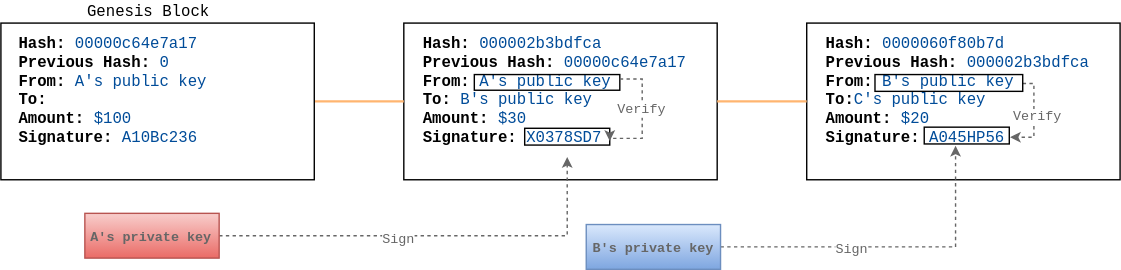
This is images/blockchain-concept/blockchain-security.svg from indrabasak/indrabasak.github.io, a draw.io export, as it was before one commit. Source tidied: cells renumbered, new cells last; positions are measured from the earlier drawing's top-left corner, leaving out a move shared by most shapes.
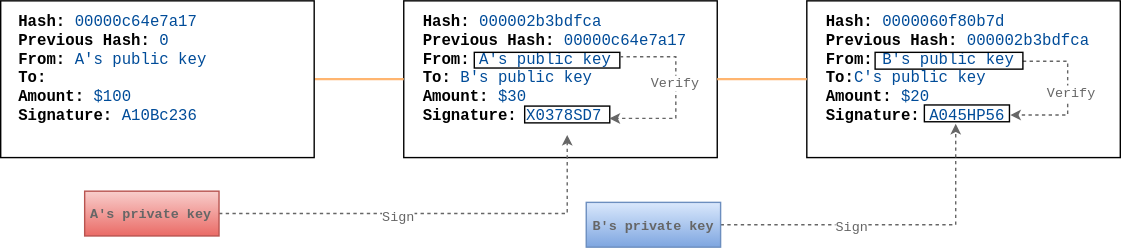
After the change.

Commit message:
Fix erratas - blockchain concept post.

Change to the diagram source:
```diff
@@ -35,9 +35,6 @@
     <mxCell id="12" value="&lt;div style=&quot;text-align: left ; font-size: 14px&quot;&gt;&lt;font color=&quot;#000000&quot; style=&quot;font-size: 14px&quot;&gt;&lt;b&gt;Hash:&lt;/b&gt;&amp;nbsp;&lt;/font&gt;&lt;font color=&quot;#004c99&quot;&gt;00000c64e7a17&lt;/font&gt;&lt;/div&gt;&lt;div style=&quot;text-align: left ; font-size: 14px&quot;&gt;&lt;span style=&quot;color: rgb(0 , 0 , 0)&quot;&gt;&lt;b&gt;Previous Hash:&lt;/b&gt; &lt;/span&gt;&lt;font color=&quot;#004c99&quot;&gt;0&lt;/font&gt;&lt;/div&gt;&lt;div style=&quot;text-align: left ; font-size: 14px&quot;&gt;&lt;font color=&quot;#000000&quot; style=&quot;font-size: 14px&quot;&gt;&lt;b&gt;From:&lt;/b&gt; &lt;/font&gt;&lt;font style=&quot;font-size: 14px&quot; color=&quot;#004c99&quot;&gt;A's public key&lt;/font&gt;&lt;/div&gt;&lt;div style=&quot;text-align: left ; font-size: 14px&quot;&gt;&lt;font color=&quot;#000000&quot; style=&quot;font-size: 14px&quot;&gt;&lt;b&gt;To:&lt;/b&gt;&lt;/font&gt;&lt;/div&gt;&lt;div style=&quot;text-align: left ; font-size: 14px&quot;&gt;&lt;font color=&quot;#000000&quot; style=&quot;font-size: 14px&quot;&gt;&lt;b&gt;Amount:&lt;/b&gt; &lt;/font&gt;&lt;font style=&quot;font-size: 14px&quot; color=&quot;#004c99&quot;&gt;$100&lt;/font&gt;&lt;/div&gt;&lt;div style=&quot;text-align: left ; font-size: 14px&quot;&gt;&lt;font color=&quot;#000000&quot; style=&quot;font-size: 14px&quot;&gt;&lt;b&gt;Signature:&lt;/b&gt; &lt;/font&gt;&lt;font style=&quot;font-size: 14px&quot; color=&quot;#004c99&quot;&gt;A10Bc236&lt;/font&gt;&lt;/div&gt;" style="text;html=1;align=center;verticalAlign=middle;fillColor=none;strokeColor=none;rounded=0;labelBackgroundColor=none;fontFamily=Courier New;fontSize=11;fontColor=#CC0000;" parent="1" vertex="1">
       <mxGeometry x="10" y="40" width="180" height="80" as="geometry" />
     </mxCell>
-    <mxCell id="13" value="&lt;font style=&quot;font-size: 14px&quot; color=&quot;#000000&quot;&gt;Genesis Block&lt;/font&gt;" style="text;html=1;align=left;verticalAlign=top;spacingTop=-4;fontSize=11;fontFamily=Courier New;fontColor=#CC0000;" parent="1" vertex="1">
-      <mxGeometry x="75" width="120" height="10" as="geometry" />
-    </mxCell>
     <mxCell id="14" style="edgeStyle=orthogonalEdgeStyle;rounded=0;html=1;dashed=1;startArrow=none;startFill=0;endArrow=classic;endFill=1;jettySize=auto;strokeColor=#666666;strokeWidth=1;fillColor=#000033;fontFamily=Courier New;fontSize=12;fontColor=#666666;" parent="1" edge="1" source="16">
       <mxGeometry relative="1" as="geometry">
         <mxPoint x="506" y="140" as="targetPoint" />
@@ -52,8 +49,8 @@
     <mxCell id="17" style="edgeStyle=orthogonalEdgeStyle;rounded=0;html=1;entryX=1;entryY=0.75;dashed=1;startArrow=none;startFill=0;endArrow=classic;endFill=1;jettySize=auto;strokeColor=#666666;strokeWidth=1;fillColor=#000033;fontFamily=Courier New;fontSize=12;fontColor=#666666;exitX=1;exitY=0.25;" parent="1" edge="1" source="7" target="6">
       <mxGeometry relative="1" as="geometry">
         <Array as="points">
-          <mxPoint x="573" y="70" />
-          <mxPoint x="573" y="123" />
+          <mxPoint x="603" y="70" />
+          <mxPoint x="603" y="125" />
         </Array>
       </mxGeometry>
     </mxCell>
@@ -74,8 +71,8 @@
     <mxCell id="22" style="edgeStyle=orthogonalEdgeStyle;rounded=0;html=1;entryX=0.688;entryY=1.024;entryPerimeter=0;dashed=1;startArrow=none;startFill=0;endArrow=classic;endFill=1;jettySize=auto;strokeColor=#666666;strokeWidth=1;fillColor=#000033;fontFamily=Courier New;fontSize=12;fontColor=#666666;exitX=1;exitY=0.5;" parent="1" edge="1" source="24" target="5">
       <mxGeometry relative="1" as="geometry">
         <Array as="points">
-          <mxPoint x="923" y="74" />
-          <mxPoint x="923" y="122" />
+          <mxPoint x="953" y="74" />
+          <mxPoint x="953" y="122" />
         </Array>
       </mxGeometry>
     </mxCell>
```
